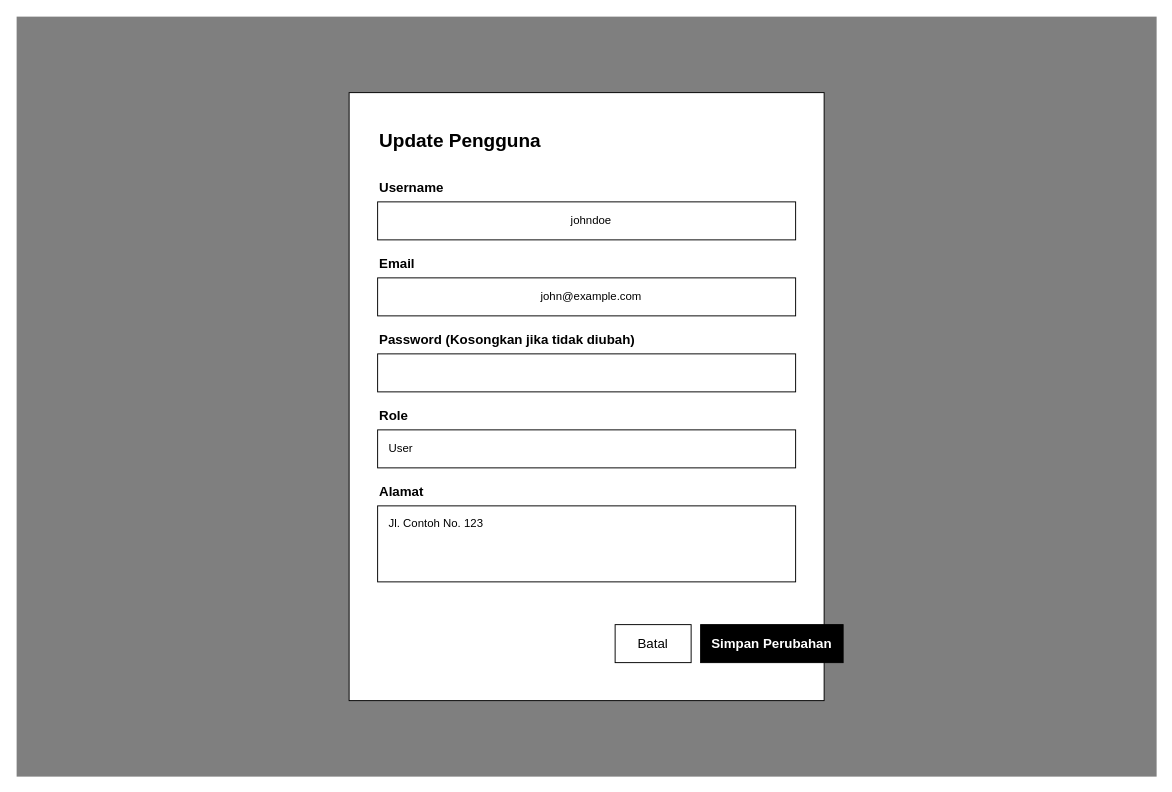
Before: diagram/desain/admin-update-user.drawio in RajaSunrise/kangkungku, a draw.io diagram. Source tidied: cells renumbered, new cells numbered last; positions are measured from the earlier drawing's top-left corner, leaving out a move shared by most shapes. Both pictures are drawn from the tidied source at 95%, with x=0, y=0 at pixel (16, 16).
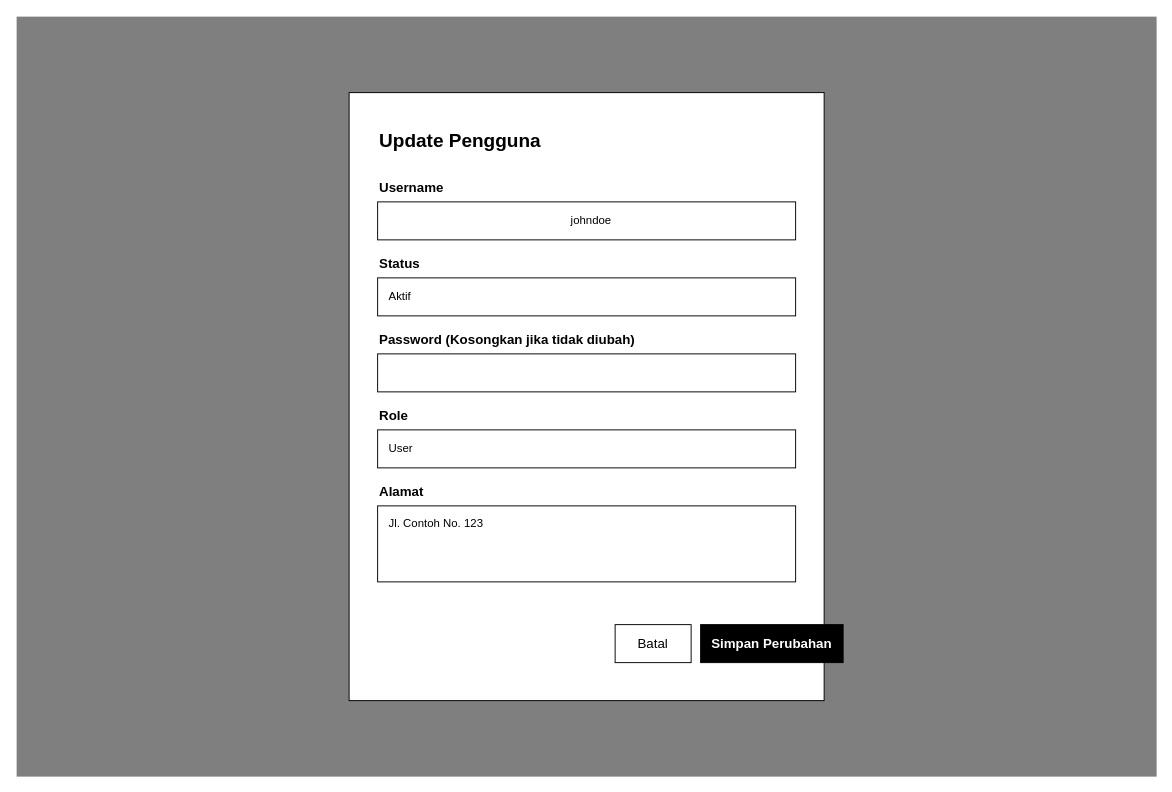
The same diagram, later.

What changed in the source:
```diff
@@
 <mxGraphModel>
   <root>
     <mxCell id="0" />
     <mxCell id="1" parent="0" />
     <mxCell id="2" style="rounded=0;whiteSpace=wrap;html=1;fillColor=#000000;fillOpacity=50;strokeColor=none;" parent="1" vertex="1">
       <mxGeometry width="1200" height="800" as="geometry" />
     </mxCell>
     <mxCell id="3" style="rounded=0;whiteSpace=wrap;html=1;fillColor=#FFFFFF;strokeColor=#000000;" parent="1" vertex="1">
       <mxGeometry x="350" y="80" width="500" height="640" as="geometry" />
     </mxCell>
     <mxCell id="4" value="Update Pengguna" style="text;html=1;strokeColor=none;fillColor=none;align=left;verticalAlign=middle;whiteSpace=wrap;rounded=0;fontColor=#000000;fontSize=20;fontStyle=1;" parent="1" vertex="1">
       <mxGeometry x="380" y="110" width="300" height="40" as="geometry" />
     </mxCell>
     <mxCell id="5" value="Username" style="text;html=1;strokeColor=none;fillColor=none;align=left;verticalAlign=middle;whiteSpace=wrap;rounded=0;fontColor=#000000;fontSize=14;fontStyle=1;" parent="1" vertex="1">
       <mxGeometry x="380" y="170" width="150" height="20" as="geometry" />
     </mxCell>
     <mxCell id="6" value="johndoe" style="rounded=0;whiteSpace=wrap;html=1;fillColor=#FFFFFF;strokeColor=#000000;fontColor=#000000;spacingLeft=10;" parent="1" vertex="1">
       <mxGeometry x="380" y="195" width="440" height="40" as="geometry" />
     </mxCell>
-    <mxCell id="7" value="Email" style="text;html=1;strokeColor=none;fillColor=none;align=left;verticalAlign=middle;whiteSpace=wrap;rounded=0;fontColor=#000000;fontSize=14;fontStyle=1;" parent="1" vertex="1">
-      <mxGeometry x="380" y="250" width="150" height="20" as="geometry" />
-    </mxCell>
-    <mxCell id="8" value="john@example.com" style="rounded=0;whiteSpace=wrap;html=1;fillColor=#FFFFFF;strokeColor=#000000;spacingLeft=10;" parent="1" vertex="1">
-      <mxGeometry x="380" y="275" width="440" height="40" as="geometry" />
-    </mxCell>
+    <mxCell id="17" value="Status" style="text;html=1;strokeColor=none;fillColor=none;align=left;verticalAlign=middle;whiteSpace=wrap;rounded=0;fontColor=#000000;fontSize=14;fontStyle=1;" parent="1" vertex="1">
+      <mxGeometry x="380" y="250" width="150" height="20" as="geometry" />
+    </mxCell>
+    <mxCell id="18" value="Aktif" style="rounded=0;whiteSpace=wrap;html=1;fillColor=#FFFFFF;strokeColor=#000000;align=left;spacingLeft=10;" parent="1" vertex="1">
+      <mxGeometry x="380" y="275" width="440" height="40" as="geometry" />
+    </mxCell>
     <mxCell id="9" value="Password (Kosongkan jika tidak diubah)" style="text;html=1;strokeColor=none;fillColor=none;align=left;verticalAlign=middle;whiteSpace=wrap;rounded=0;fontColor=#000000;fontSize=14;fontStyle=1;" parent="1" vertex="1">
       <mxGeometry x="380" y="330" width="300" height="20" as="geometry" />
     </mxCell>
     <mxCell id="10" style="rounded=0;whiteSpace=wrap;html=1;fillColor=#FFFFFF;strokeColor=#000000;" parent="1" vertex="1">
       <mxGeometry x="380" y="355" width="440" height="40" as="geometry" />
     </mxCell>
     <mxCell id="11" value="Role" style="text;html=1;strokeColor=none;fillColor=none;align=left;verticalAlign=middle;whiteSpace=wrap;rounded=0;fontColor=#000000;fontSize=14;fontStyle=1;" parent="1" vertex="1">
       <mxGeometry x="380" y="410" width="150" height="20" as="geometry" />
     </mxCell>
     <mxCell id="12" value="User" style="rounded=0;whiteSpace=wrap;html=1;fillColor=#FFFFFF;strokeColor=#000000;align=left;spacingLeft=10;" parent="1" vertex="1">
       <mxGeometry x="380" y="435" width="440" height="40" as="geometry" />
     </mxCell>
     <mxCell id="13" value="Alamat" style="text;html=1;strokeColor=none;fillColor=none;align=left;verticalAlign=middle;whiteSpace=wrap;rounded=0;fontColor=#000000;fontSize=14;fontStyle=1;" parent="1" vertex="1">
       <mxGeometry x="380" y="490" width="150" height="20" as="geometry" />
     </mxCell>
     <mxCell id="14" value="Jl. Contoh No. 123" style="rounded=0;whiteSpace=wrap;html=1;fillColor=#FFFFFF;strokeColor=#000000;align=left;spacingLeft=10;verticalAlign=top;spacingTop=5;" parent="1" vertex="1">
       <mxGeometry x="380" y="515" width="440" height="80" as="geometry" />
     </mxCell>
     <mxCell id="15" value="Batal" style="rounded=0;whiteSpace=wrap;html=1;fillColor=#FFFFFF;strokeColor=#000000;fontColor=#000000;fontSize=14;" parent="1" vertex="1">
       <mxGeometry x="630" y="640" width="80" height="40" as="geometry" />
     </mxCell>
     <mxCell id="16" value="Simpan Perubahan" style="rounded=0;whiteSpace=wrap;html=1;fillColor=#000000;strokeColor=#000000;fontColor=#FFFFFF;fontStyle=1;fontSize=14;" parent="1" vertex="1">
       <mxGeometry x="720" y="640" width="150" height="40" as="geometry" />
     </mxCell>
   </root>
 </mxGraphModel>
```
